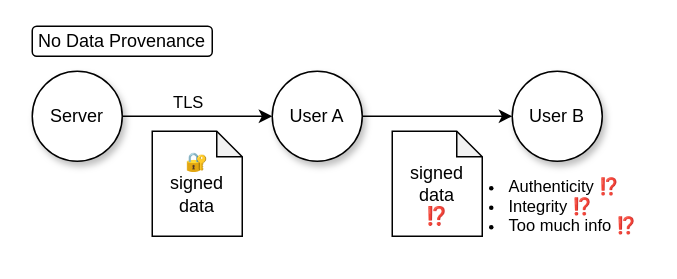
Above: diagrams/data_provenance_none.drawio in tlsnotary/docs-mdbook (draw.io), before the change. Source tidied: cells renumbered, new cells numbered last; positions are measured from the earlier drawing's top-left corner, leaving out a move shared by most shapes. Both pictures are drawn from the tidied source at 150%, with x=0, y=0 at pixel (32, 26).
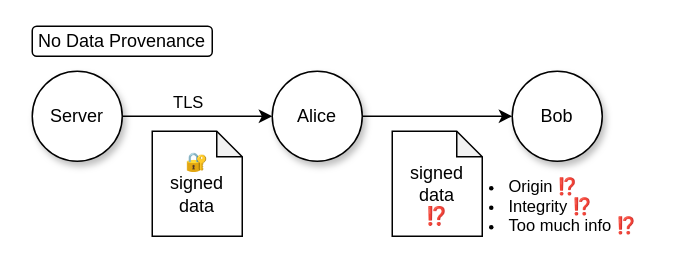
After the change.

Change to the diagram source:
```diff
@@
 <mxGraphModel>
   <root>
     <mxCell id="0" />
     <mxCell id="1" parent="0" />
     <mxCell id="2" value="No Data Provenance" style="rounded=1;whiteSpace=wrap;html=1;" parent="1" vertex="1">
       <mxGeometry width="120" height="20" as="geometry" />
     </mxCell>
     <mxCell id="3" value="Server" style="ellipse;whiteSpace=wrap;html=1;shadow=1;" parent="1" vertex="1">
       <mxGeometry y="30" width="60" height="60" as="geometry" />
     </mxCell>
-    <mxCell id="4" value="User A" style="ellipse;whiteSpace=wrap;html=1;shadow=1;" parent="1" vertex="1">
+    <mxCell id="4" value="Alice" style="ellipse;whiteSpace=wrap;html=1;shadow=1;" parent="1" vertex="1">
       <mxGeometry x="160" y="30" width="60" height="60" as="geometry" />
     </mxCell>
-    <mxCell id="5" value="User B" style="ellipse;whiteSpace=wrap;html=1;shadow=1;" parent="1" vertex="1">
+    <mxCell id="5" value="Bob" style="ellipse;whiteSpace=wrap;html=1;shadow=1;" parent="1" vertex="1">
       <mxGeometry x="320" y="30" width="60" height="60" as="geometry" />
     </mxCell>
     <mxCell id="6" style="edgeStyle=orthogonalEdgeStyle;rounded=0;jettySize=auto;html=1;exitX=1;exitY=0.5;exitDx=0;exitDy=0;entryX=0;entryY=0.5;entryDx=0;entryDy=0;" parent="1" edge="1" source="4" target="5">
       <mxGeometry relative="1" as="geometry" />
     </mxCell>
     <mxCell id="7" style="endArrow=classic;html=1;rounded=0;exitX=1;exitY=0.5;exitDx=0;exitDy=0;" parent="1" edge="1" source="3" target="4">
       <mxGeometry relative="1" as="geometry" />
     </mxCell>
-    <mxCell id="8" value="TLS" style="edgeLabel;html=1;align=center;verticalAlign=middle;" parent="7" vertex="1">
+    <mxCell id="8" value="TLS" style="edgeLabel;html=1;align=center;verticalAlign=middle;labelBackgroundColor=none;" parent="7" vertex="1">
       <mxGeometry x="-0.15" y="-1" relative="1" as="geometry">
         <mxPoint y="-11" as="offset" />
       </mxGeometry>
     </mxCell>
     <mxCell id="9" value="&lt;br&gt;signed&lt;br&gt;data&lt;br&gt;⁉️" style="shape=note;whiteSpace=wrap;html=1;backgroundOutline=1;darkOpacity=0.05;size=17;" parent="1" vertex="1">
       <mxGeometry x="240" y="70" width="60" height="70" as="geometry" />
     </mxCell>
-    <mxCell id="10" value="&lt;ul style=&quot;font-size: 11px;&quot;&gt;&lt;li&gt;Authenticity ⁉️&lt;/li&gt;&lt;li style=&quot;border-color: var(--border-color);&quot;&gt;Integrity ⁉️&lt;/li&gt;&lt;li&gt;&lt;span style=&quot;background-color: initial;&quot;&gt;Too much info&amp;nbsp;&lt;/span&gt;⁉️&lt;br&gt;&lt;/li&gt;&lt;/ul&gt;" style="rounded=0;whiteSpace=wrap;html=1;align=left;fillColor=none;strokeColor=none;horizontal=1;" parent="1" vertex="1">
+    <mxCell id="10" value="&lt;ul style=&quot;font-size: 11px;&quot;&gt;&lt;li&gt;Origin ⁉️&lt;/li&gt;&lt;li style=&quot;border-color: var(--border-color);&quot;&gt;Integrity ⁉️&lt;/li&gt;&lt;li&gt;&lt;span style=&quot;background-color: initial;&quot;&gt;Too much info&amp;nbsp;&lt;/span&gt;⁉️&lt;br&gt;&lt;/li&gt;&lt;/ul&gt;" style="rounded=0;whiteSpace=wrap;html=1;align=left;fillColor=none;strokeColor=none;horizontal=1;" parent="1" vertex="1">
       <mxGeometry x="276" y="90" width="136" height="60" as="geometry" />
     </mxCell>
     <mxCell id="11" value="🔐&lt;br&gt;signed&lt;br&gt;data&lt;br&gt;" style="shape=note;whiteSpace=wrap;html=1;backgroundOutline=1;darkOpacity=0.05;size=17;" parent="1" vertex="1">
       <mxGeometry x="80" y="70" width="60" height="70" as="geometry" />
     </mxCell>
   </root>
 </mxGraphModel>
```
